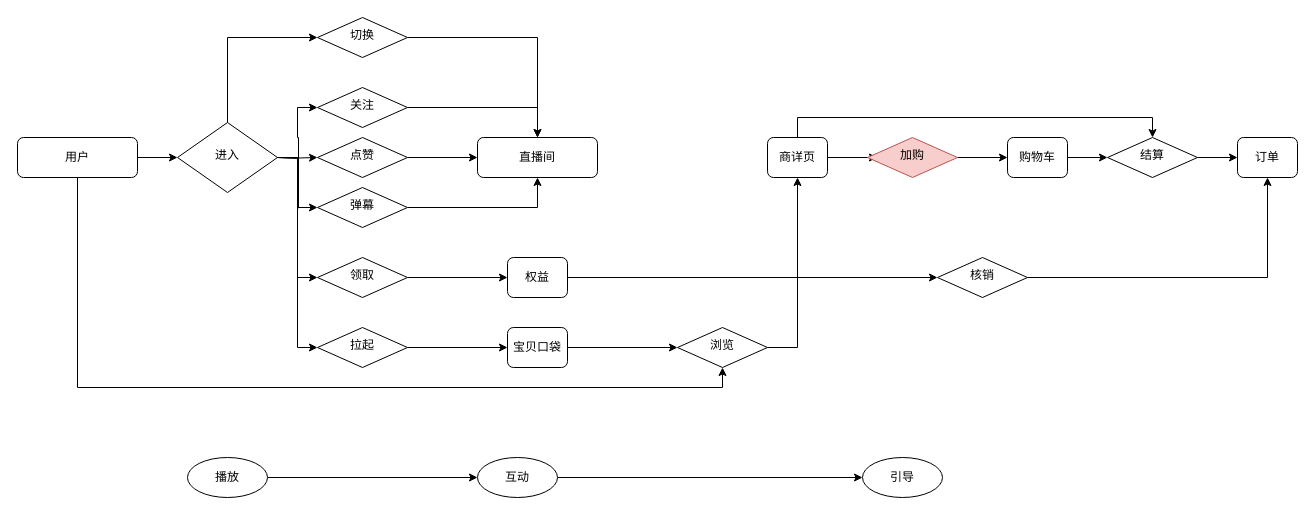
Earlier version of the draw.io diagram page "E-R图草稿" (1 of 3) of Untitled Diagram.drawio (BreakawayChu/breakawaychu.github.com). Source tidied: cells renumbered, new cells numbered last; positions are measured from the earlier drawing's top-left corner, leaving out a move shared by most shapes. Both pictures are drawn from the tidied source at 100%, with x=0, y=0 at pixel (17, 17).
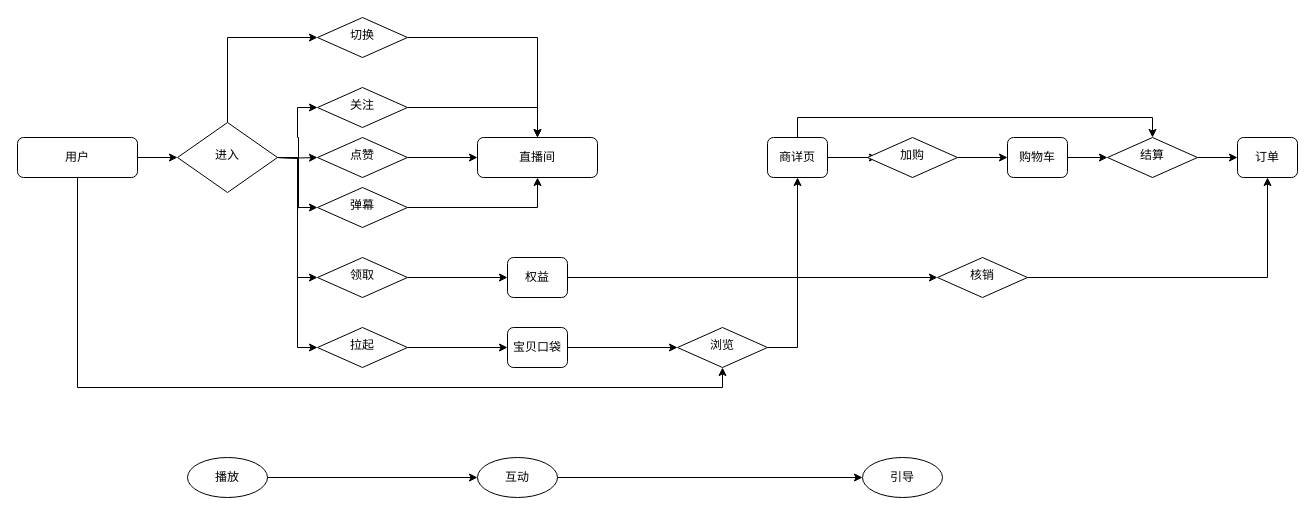
Above is the later version.

Diff of the diagram source:
```diff
@@
-    <mxCell id="38" value="加购" style="rhombus;whiteSpace=wrap;html=1;shadow=0;fontFamily=Helvetica;fontSize=12;align=center;strokeWidth=1;spacing=6;spacingTop=-4;fillColor=#f8cecc;strokeColor=#b85450;" parent="1" vertex="1">
+    <mxCell id="38" value="加购" style="rhombus;whiteSpace=wrap;html=1;shadow=0;fontFamily=Helvetica;fontSize=12;align=center;strokeWidth=1;spacing=6;spacingTop=-4;" parent="1" vertex="1">
       <mxGeometry x="850" y="120" width="90" height="40" as="geometry" />
     </mxCell>
```
